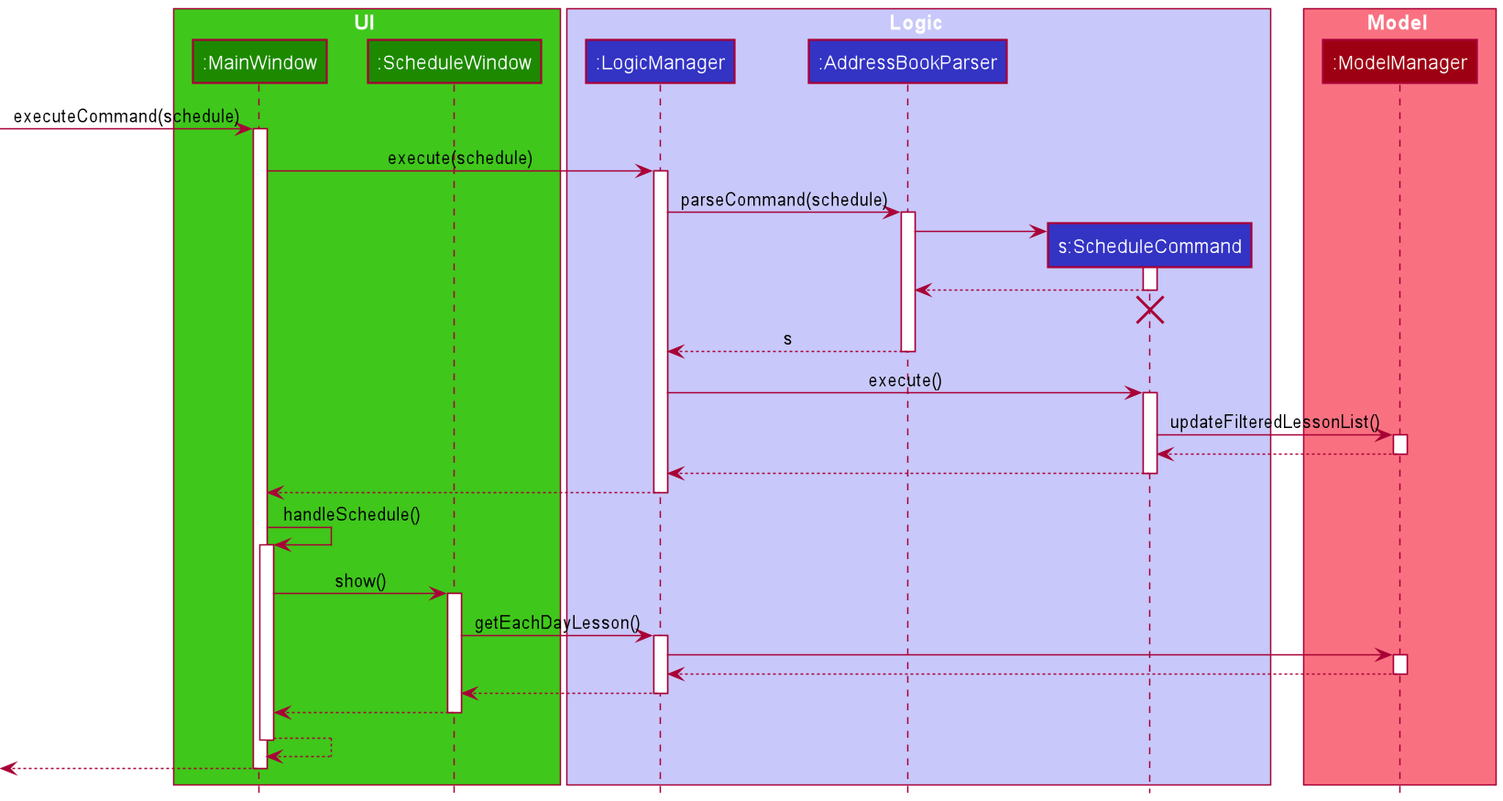
Earlier version of the PlantUML export docs/images/ScheduleSequenceDiagram.png (nus-cs2103-AY2021S2/tp).
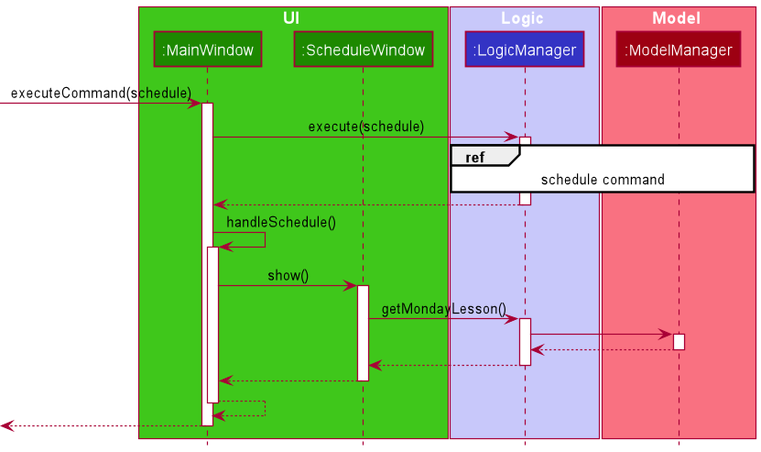
The same file after the commit.

Commit message:
Update UML diagrams

The edit, as a diff of the source:
```diff
@@ -8,8 +8,6 @@
 
 box Logic LOGIC_COLOR_T1
 participant ":LogicManager" as LogicManager LOGIC_COLOR
-participant ":AddressBookParser" as AddressBookParser LOGIC_COLOR
-participant "s:ScheduleCommand" as ScheduleCommand LOGIC_COLOR
 end box
 
 box Model MODEL_COLOR_T1
@@ -22,32 +20,7 @@
 MainWindow -> LogicManager : execute(schedule)
 activate LogicManager
 
-LogicManager -> AddressBookParser : parseCommand(schedule)
-activate AddressBookParser
-
-create ScheduleCommand
-AddressBookParser -> ScheduleCommand
-activate ScheduleCommand
-
-ScheduleCommand --> AddressBookParser
-deactivate ScheduleCommand
-ScheduleCommand -[hidden]-> AddressBookParser
-destroy ScheduleCommand
-
-AddressBookParser --> LogicManager : s
-deactivate AddressBookParser
-
-LogicManager -> ScheduleCommand : execute()
-activate ScheduleCommand
-
-ScheduleCommand -> ModelManager : updateFilteredLessonList()
-activate ModelManager
-
-ModelManager --> ScheduleCommand
-deactivate ModelManager
-
-ScheduleCommand --> LogicManager
-deactivate ScheduleCommand
+ref over LogicManager, ModelManager : schedule command
 
 LogicManager --> MainWindow
 deactivate LogicManager
@@ -58,7 +31,7 @@
 MainWindow -> ScheduleWindow : show()
 activate ScheduleWindow
 
-ScheduleWindow -> LogicManager : getEachDayLesson()
+ScheduleWindow -> LogicManager : getMondayLesson()
 activate LogicManager
 
 LogicManager -> ModelManager
```
